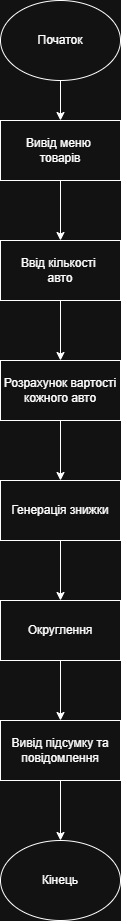
The draw.io diagram Блок-схема.Автосалон.drawio.png in csavkomykola-cell/Lab_1, before a commit. Source tidied: cells renumbered, new cells last; positions are measured from the earlier drawing's top-left corner, leaving out a move shared by most shapes. Source of this version:
```xml
<mxGraphModel>
  <root>
    <mxCell id="0" />
    <mxCell id="1" parent="0" />
    <mxCell id="2" style="edgeStyle=orthogonalEdgeStyle;rounded=0;jettySize=auto;html=1;entryX=0.5;entryY=0;entryDx=0;entryDy=0;" parent="1" edge="1" source="3" target="5">
      <mxGeometry relative="1" as="geometry" />
    </mxCell>
    <mxCell id="3" value="Початок" style="ellipse;whiteSpace=wrap;html=1;fontFamily=Helvetica;" parent="1" vertex="1">
      <mxGeometry width="120" height="80" as="geometry" />
    </mxCell>
    <mxCell id="4" style="edgeStyle=orthogonalEdgeStyle;rounded=0;jettySize=auto;html=1;entryX=0.5;entryY=0;entryDx=0;entryDy=0;" parent="1" edge="1" source="5" target="7">
      <mxGeometry relative="1" as="geometry" />
    </mxCell>
    <mxCell id="5" value="Вивід меню&amp;nbsp;&lt;div&gt;товарів&lt;/div&gt;" style="rounded=0;whiteSpace=wrap;html=1;" parent="1" vertex="1">
      <mxGeometry y="120" width="120" height="60" as="geometry" />
    </mxCell>
    <mxCell id="6" style="edgeStyle=orthogonalEdgeStyle;rounded=0;jettySize=auto;html=1;entryX=0.5;entryY=0;entryDx=0;entryDy=0;" parent="1" edge="1" source="7" target="9">
      <mxGeometry relative="1" as="geometry" />
    </mxCell>
    <mxCell id="7" value="Ввід кількості&amp;nbsp;&lt;div&gt;авто&lt;/div&gt;" style="rounded=0;whiteSpace=wrap;html=1;" parent="1" vertex="1">
      <mxGeometry y="240" width="120" height="60" as="geometry" />
    </mxCell>
    <mxCell id="8" style="edgeStyle=orthogonalEdgeStyle;rounded=0;jettySize=auto;html=1;entryX=0.5;entryY=0;entryDx=0;entryDy=0;" parent="1" edge="1" source="9" target="11">
      <mxGeometry relative="1" as="geometry" />
    </mxCell>
    <mxCell id="9" value="Розрахунок вартості кожного авто" style="rounded=0;whiteSpace=wrap;html=1;" parent="1" vertex="1">
      <mxGeometry y="360" width="120" height="60" as="geometry" />
    </mxCell>
    <mxCell id="10" style="edgeStyle=orthogonalEdgeStyle;rounded=0;jettySize=auto;html=1;entryX=0.5;entryY=0;entryDx=0;entryDy=0;" parent="1" edge="1" source="11" target="13">
      <mxGeometry relative="1" as="geometry" />
    </mxCell>
    <mxCell id="11" value="Генерація знижки" style="rounded=0;whiteSpace=wrap;html=1;" parent="1" vertex="1">
      <mxGeometry y="480" width="120" height="60" as="geometry" />
    </mxCell>
    <mxCell id="12" style="edgeStyle=orthogonalEdgeStyle;rounded=0;jettySize=auto;html=1;entryX=0.5;entryY=0;entryDx=0;entryDy=0;" parent="1" edge="1" source="13" target="15">
      <mxGeometry relative="1" as="geometry" />
    </mxCell>
    <mxCell id="13" value="Округлення" style="rounded=0;whiteSpace=wrap;html=1;" parent="1" vertex="1">
      <mxGeometry y="600" width="120" height="60" as="geometry" />
    </mxCell>
    <mxCell id="14" style="edgeStyle=orthogonalEdgeStyle;rounded=0;jettySize=auto;html=1;entryX=0.5;entryY=0;entryDx=0;entryDy=0;" parent="1" edge="1" source="15" target="16">
      <mxGeometry relative="1" as="geometry" />
    </mxCell>
    <mxCell id="15" value="Вивід підсумку та повідомлення" style="rounded=0;whiteSpace=wrap;html=1;" parent="1" vertex="1">
      <mxGeometry y="720" width="120" height="60" as="geometry" />
    </mxCell>
    <mxCell id="16" value="Кінець" style="ellipse;whiteSpace=wrap;html=1;" parent="1" vertex="1">
      <mxGeometry y="840" width="120" height="80" as="geometry" />
    </mxCell>
  </root>
</mxGraphModel>
```
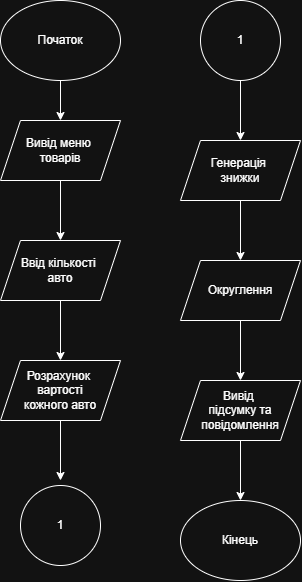
Later version of the same file.

The edit, as a diff of the source:
```diff
@@ -2,50 +2,78 @@
   <root>
     <mxCell id="0" />
     <mxCell id="1" parent="0" />
-    <mxCell id="2" style="edgeStyle=orthogonalEdgeStyle;rounded=0;jettySize=auto;html=1;entryX=0.5;entryY=0;entryDx=0;entryDy=0;" parent="1" edge="1" source="3" target="5">
-      <mxGeometry relative="1" as="geometry" />
+    <mxCell id="2" style="edgeStyle=orthogonalEdgeStyle;rounded=0;jettySize=auto;html=1;entryX=0.5;entryY=0;entryDx=0;entryDy=0;" parent="1" edge="1" source="3">
+      <mxGeometry relative="1" as="geometry">
+        <mxPoint x="-120" y="120" as="targetPoint" />
+      </mxGeometry>
     </mxCell>
     <mxCell id="3" value="Початок" style="ellipse;whiteSpace=wrap;html=1;fontFamily=Helvetica;" parent="1" vertex="1">
-      <mxGeometry width="120" height="80" as="geometry" />
+      <mxGeometry x="-180" width="120" height="80" as="geometry" />
     </mxCell>
-    <mxCell id="4" style="edgeStyle=orthogonalEdgeStyle;rounded=0;jettySize=auto;html=1;entryX=0.5;entryY=0;entryDx=0;entryDy=0;" parent="1" edge="1" source="5" target="7">
-      <mxGeometry relative="1" as="geometry" />
+    <mxCell id="4" style="edgeStyle=orthogonalEdgeStyle;rounded=0;orthogonalLoop=1;jettySize=auto;html=1;entryX=0.5;entryY=0;entryDx=0;entryDy=0;" parent="1" edge="1">
+      <mxGeometry relative="1" as="geometry">
+        <mxPoint x="-120" y="180" as="sourcePoint" />
+        <mxPoint x="-120" y="240" as="targetPoint" />
+      </mxGeometry>
     </mxCell>
+    <mxCell id="6" style="edgeStyle=orthogonalEdgeStyle;rounded=0;orthogonalLoop=1;jettySize=auto;html=1;entryX=0.5;entryY=0;entryDx=0;entryDy=0;" parent="1" edge="1">
+      <mxGeometry relative="1" as="geometry">
+        <mxPoint x="-120" y="300" as="sourcePoint" />
+        <mxPoint x="-120" y="360" as="targetPoint" />
+      </mxGeometry>
+    </mxCell>
+    <mxCell id="8" style="edgeStyle=orthogonalEdgeStyle;rounded=0;orthogonalLoop=1;jettySize=auto;html=1;entryX=0.5;entryY=0;entryDx=0;entryDy=0;" parent="1" edge="1">
+      <mxGeometry relative="1" as="geometry">
+        <mxPoint x="-120" y="420" as="sourcePoint" />
+        <mxPoint x="-120" y="480" as="targetPoint" />
+      </mxGeometry>
+    </mxCell>
+    <mxCell id="10" style="edgeStyle=orthogonalEdgeStyle;rounded=0;orthogonalLoop=1;jettySize=auto;html=1;entryX=0.5;entryY=0;entryDx=0;entryDy=0;" parent="1" edge="1">
+      <mxGeometry relative="1" as="geometry">
+        <mxPoint x="60" y="200" as="sourcePoint" />
+        <mxPoint x="60" y="260" as="targetPoint" />
+      </mxGeometry>
+    </mxCell>
+    <mxCell id="12" style="edgeStyle=orthogonalEdgeStyle;rounded=0;orthogonalLoop=1;jettySize=auto;html=1;entryX=0.5;entryY=0;entryDx=0;entryDy=0;" parent="1" edge="1">
+      <mxGeometry relative="1" as="geometry">
+        <mxPoint x="60" y="320" as="sourcePoint" />
+        <mxPoint x="60" y="380" as="targetPoint" />
+      </mxGeometry>
+    </mxCell>
+    <mxCell id="14" style="edgeStyle=orthogonalEdgeStyle;rounded=0;jettySize=auto;html=1;entryX=0.5;entryY=0;entryDx=0;entryDy=0;" parent="1" edge="1" target="16">
+      <mxGeometry relative="1" as="geometry">
+        <mxPoint x="60" y="440" as="sourcePoint" />
+      </mxGeometry>
+    </mxCell>
+    <mxCell id="16" value="Кінець" style="ellipse;whiteSpace=wrap;html=1;" parent="1" vertex="1">
+      <mxGeometry y="500" width="120" height="80" as="geometry" />
+    </mxCell>
-    <mxCell id="5" value="Вивід меню&amp;nbsp;&lt;div&gt;товарів&lt;/div&gt;" style="rounded=0;whiteSpace=wrap;html=1;" parent="1" vertex="1">
-      <mxGeometry y="120" width="120" height="60" as="geometry" />
+    <mxCell id="5" value="Вивід меню&amp;nbsp;&lt;div&gt;товарів&lt;/div&gt;" style="shape=parallelogram;perimeter=parallelogramPerimeter;whiteSpace=wrap;html=1;fixedSize=1;" parent="1" vertex="1">
+      <mxGeometry x="-180" y="120" width="120" height="60" as="geometry" />
     </mxCell>
-    <mxCell id="6" style="edgeStyle=orthogonalEdgeStyle;rounded=0;jettySize=auto;html=1;entryX=0.5;entryY=0;entryDx=0;entryDy=0;" parent="1" edge="1" source="7" target="9">
-      <mxGeometry relative="1" as="geometry" />
-    </mxCell>
-    <mxCell id="7" value="Ввід кількості&amp;nbsp;&lt;div&gt;авто&lt;/div&gt;" style="rounded=0;whiteSpace=wrap;html=1;" parent="1" vertex="1">
-      <mxGeometry y="240" width="120" height="60" as="geometry" />
+    <mxCell id="7" value="Ввід кількості&amp;nbsp;&lt;div&gt;авто&lt;/div&gt;" style="shape=parallelogram;perimeter=parallelogramPerimeter;whiteSpace=wrap;html=1;fixedSize=1;" parent="1" vertex="1">
+      <mxGeometry x="-180" y="240" width="120" height="60" as="geometry" />
     </mxCell>
-    <mxCell id="8" style="edgeStyle=orthogonalEdgeStyle;rounded=0;jettySize=auto;html=1;entryX=0.5;entryY=0;entryDx=0;entryDy=0;" parent="1" edge="1" source="9" target="11">
-      <mxGeometry relative="1" as="geometry" />
-    </mxCell>
-    <mxCell id="9" value="Розрахунок вартості кожного авто" style="rounded=0;whiteSpace=wrap;html=1;" parent="1" vertex="1">
-      <mxGeometry y="360" width="120" height="60" as="geometry" />
+    <mxCell id="9" value="Розрахунок&amp;nbsp;&lt;div&gt;вартості кожного&amp;nbsp;&lt;span style=&quot;background-color: transparent; color: light-dark(rgb(0, 0, 0), rgb(255, 255, 255));&quot;&gt;авто&lt;/span&gt;&lt;/div&gt;" style="shape=parallelogram;perimeter=parallelogramPerimeter;whiteSpace=wrap;html=1;fixedSize=1;" parent="1" vertex="1">
+      <mxGeometry x="-180" y="360" width="120" height="60" as="geometry" />
     </mxCell>
-    <mxCell id="10" style="edgeStyle=orthogonalEdgeStyle;rounded=0;jettySize=auto;html=1;entryX=0.5;entryY=0;entryDx=0;entryDy=0;" parent="1" edge="1" source="11" target="13">
-      <mxGeometry relative="1" as="geometry" />
-    </mxCell>
-    <mxCell id="11" value="Генерація знижки" style="rounded=0;whiteSpace=wrap;html=1;" parent="1" vertex="1">
-      <mxGeometry y="480" width="120" height="60" as="geometry" />
+    <mxCell id="11" value="Генерація&amp;nbsp;&lt;div&gt;знижки&lt;/div&gt;" style="shape=parallelogram;perimeter=parallelogramPerimeter;whiteSpace=wrap;html=1;fixedSize=1;" parent="1" vertex="1">
+      <mxGeometry y="140" width="120" height="60" as="geometry" />
     </mxCell>
-    <mxCell id="12" style="edgeStyle=orthogonalEdgeStyle;rounded=0;jettySize=auto;html=1;entryX=0.5;entryY=0;entryDx=0;entryDy=0;" parent="1" edge="1" source="13" target="15">
-      <mxGeometry relative="1" as="geometry" />
-    </mxCell>
-    <mxCell id="13" value="Округлення" style="rounded=0;whiteSpace=wrap;html=1;" parent="1" vertex="1">
-      <mxGeometry y="600" width="120" height="60" as="geometry" />
+    <mxCell id="13" value="Округлення" style="shape=parallelogram;perimeter=parallelogramPerimeter;whiteSpace=wrap;html=1;fixedSize=1;" parent="1" vertex="1">
+      <mxGeometry y="260" width="120" height="60" as="geometry" />
     </mxCell>
-    <mxCell id="14" style="edgeStyle=orthogonalEdgeStyle;rounded=0;jettySize=auto;html=1;entryX=0.5;entryY=0;entryDx=0;entryDy=0;" parent="1" edge="1" source="15" target="16">
-      <mxGeometry relative="1" as="geometry" />
-    </mxCell>
-    <mxCell id="15" value="Вивід підсумку та повідомлення" style="rounded=0;whiteSpace=wrap;html=1;" parent="1" vertex="1">
-      <mxGeometry y="720" width="120" height="60" as="geometry" />
+    <mxCell id="15" value="Вивід&amp;nbsp;&lt;div&gt;підсумку та повідомлення&lt;/div&gt;" style="shape=parallelogram;perimeter=parallelogramPerimeter;whiteSpace=wrap;html=1;fixedSize=1;" parent="1" vertex="1">
+      <mxGeometry y="380" width="120" height="60" as="geometry" />
     </mxCell>
-    <mxCell id="16" value="Кінець" style="ellipse;whiteSpace=wrap;html=1;" parent="1" vertex="1">
-      <mxGeometry y="840" width="120" height="80" as="geometry" />
-    </mxCell>
+    <mxCell id="17" value="1" style="ellipse;whiteSpace=wrap;html=1;" parent="1" vertex="1">
+      <mxGeometry x="-160" y="485" width="80" height="80" as="geometry" />
+    </mxCell>
+    <mxCell id="18" style="edgeStyle=orthogonalEdgeStyle;rounded=0;jettySize=auto;html=1;entryX=0.5;entryY=0;entryDx=0;entryDy=0;" parent="1" edge="1" source="19" target="11">
+      <mxGeometry relative="1" as="geometry" />
+    </mxCell>
+    <mxCell id="19" value="1" style="ellipse;whiteSpace=wrap;html=1;" parent="1" vertex="1">
+      <mxGeometry x="20" width="80" height="80" as="geometry" />
+    </mxCell>
   </root>
 </mxGraphModel>
```
